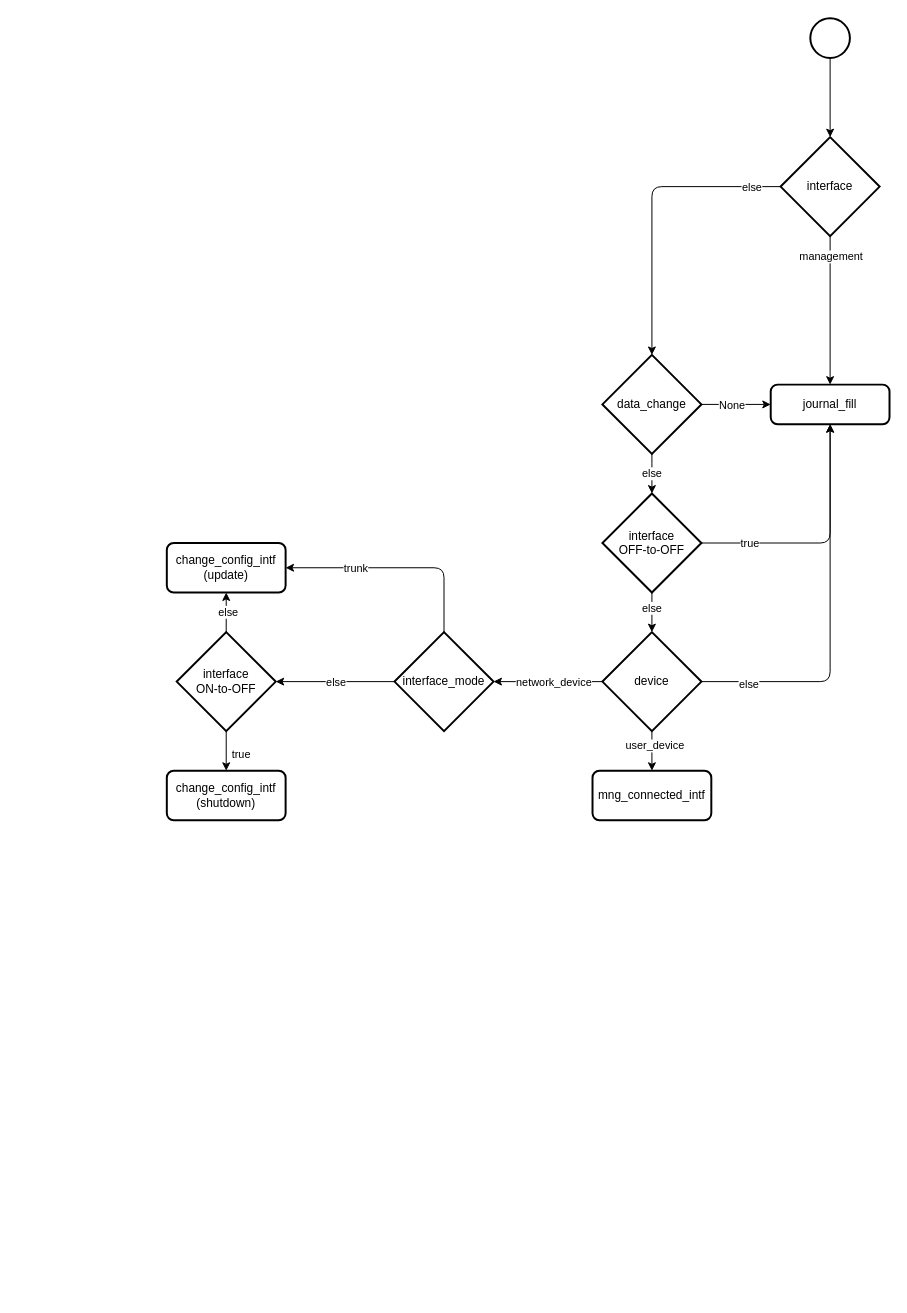
The draw.io diagram projet_fixed_ip_address/diag.drawio in KostyaTsarkov/kostya, before the edit. Source tidied: cells renumbered, new cells numbered last; positions are measured from the earlier drawing's top-left corner, leaving out a move shared by most shapes. Both pictures are drawn from the tidied source at 99%, with x=0, y=0 at pixel (166, 18).
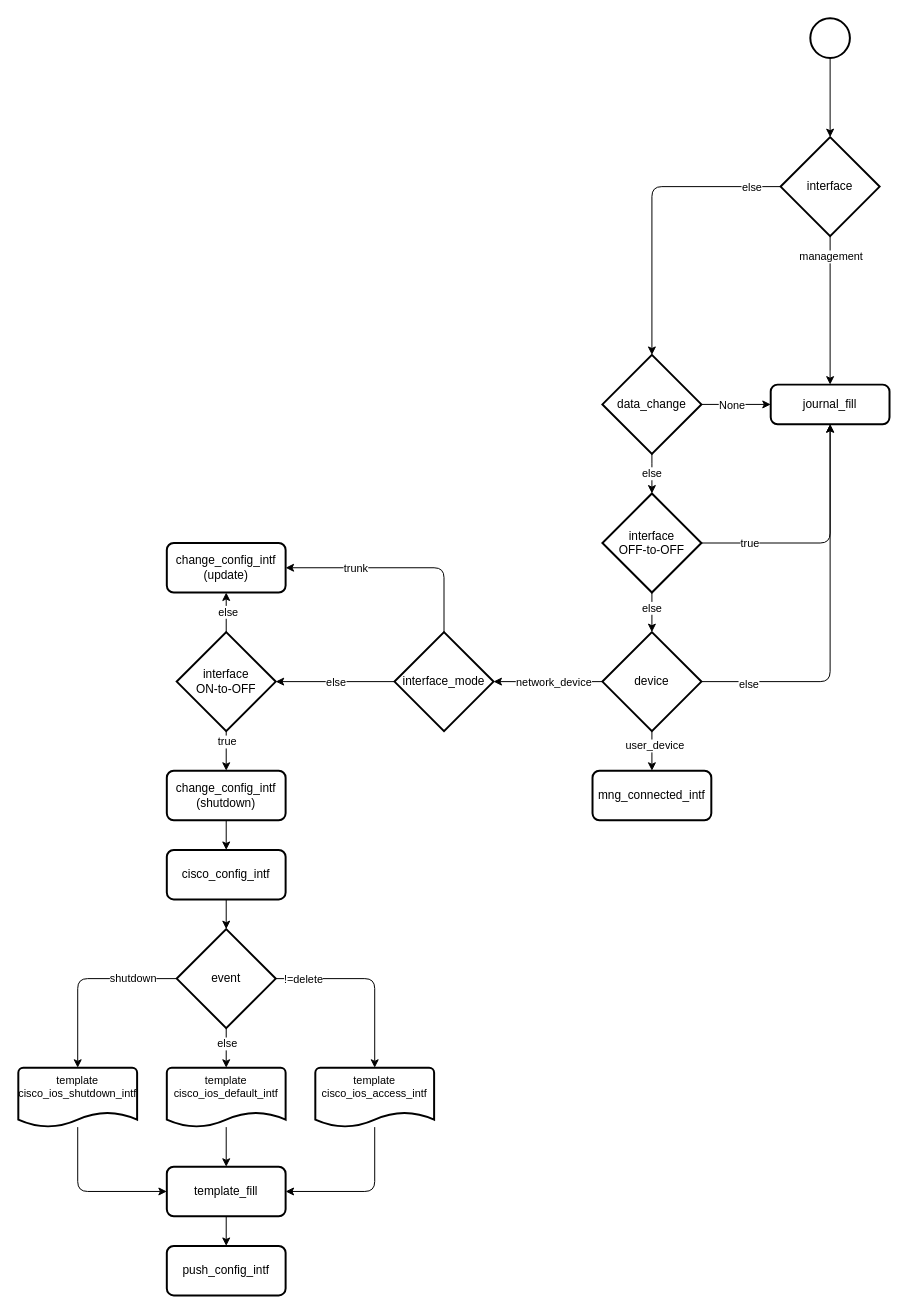
Above is the later version.

The change refers to these unchanged cells:
```xml
<mxCell id="13" style="edgeStyle=orthogonalEdgeStyle;html=1;" parent="1" edge="1" source="17" target="19">
  <mxGeometry relative="1" as="geometry" />
</mxCell>
<mxCell id="19" value="change_config_intf&lt;br&gt;(shutdown)" style="rounded=1;whiteSpace=wrap;html=1;absoluteArcSize=1;arcSize=14;strokeWidth=2;" parent="1" vertex="1">
  <mxGeometry y="760" width="120" height="50" as="geometry" />
</mxCell>
```

Change to the diagram source:
```diff
@@
     <mxCell id="14" value="true" style="edgeLabel;html=1;align=center;verticalAlign=middle;" parent="13" vertex="1">
       <mxGeometry x="0.24" y="2" relative="1" as="geometry">
-        <mxPoint x="12" y="-2" as="offset" />
+        <mxPoint x="-2" y="-15" as="offset" />
       </mxGeometry>
     </mxCell>
@@
+    <mxCell id="39" style="edgeStyle=none;html=1;" parent="1" edge="1" source="19" target="41">
+      <mxGeometry relative="1" as="geometry" />
+    </mxCell>
@@
+    <mxCell id="40" style="edgeStyle=orthogonalEdgeStyle;shape=connector;rounded=1;html=1;entryX=0.5;entryY=0;entryDx=0;entryDy=0;entryPerimeter=0;labelBackgroundColor=default;strokeColor=default;fontFamily=Helvetica;fontSize=11;fontColor=default;endArrow=classic;" parent="1" edge="1" source="41" target="49">
+      <mxGeometry relative="1" as="geometry" />
+    </mxCell>
+    <mxCell id="41" value="cisco_config_intf" style="rounded=1;whiteSpace=wrap;html=1;absoluteArcSize=1;arcSize=14;strokeWidth=2;" parent="1" vertex="1">
+      <mxGeometry y="840" width="120" height="50" as="geometry" />
+    </mxCell>
+    <mxCell id="42" value="push_config_intf" style="rounded=1;whiteSpace=wrap;html=1;absoluteArcSize=1;arcSize=14;strokeWidth=2;" parent="1" vertex="1">
+      <mxGeometry y="1240" width="120" height="50" as="geometry" />
+    </mxCell>
+    <mxCell id="43" style="edgeStyle=orthogonalEdgeStyle;shape=connector;rounded=1;html=1;labelBackgroundColor=default;strokeColor=default;fontFamily=Helvetica;fontSize=11;fontColor=default;endArrow=classic;" parent="1" edge="1" source="49" target="53">
+      <mxGeometry relative="1" as="geometry" />
+    </mxCell>
+    <mxCell id="44" value="shutdown" style="edgeLabel;html=1;align=center;verticalAlign=middle;fontSize=11;fontFamily=Helvetica;fontColor=default;" parent="43" vertex="1">
+      <mxGeometry x="-0.53" y="-1" relative="1" as="geometry" />
+    </mxCell>
+    <mxCell id="45" style="edgeStyle=orthogonalEdgeStyle;shape=connector;rounded=1;html=1;entryX=0.5;entryY=0;entryDx=0;entryDy=0;entryPerimeter=0;labelBackgroundColor=default;strokeColor=default;fontFamily=Helvetica;fontSize=11;fontColor=default;endArrow=classic;" parent="1" edge="1" source="49" target="57">
+      <mxGeometry relative="1" as="geometry" />
+    </mxCell>
+    <mxCell id="46" value="else" style="edgeLabel;html=1;align=center;verticalAlign=middle;fontSize=11;fontFamily=Helvetica;fontColor=default;" parent="45" vertex="1">
+      <mxGeometry x="-0.25" y="3" relative="1" as="geometry">
+        <mxPoint x="-3" as="offset" />
+      </mxGeometry>
+    </mxCell>
+    <mxCell id="47" style="edgeStyle=orthogonalEdgeStyle;shape=connector;rounded=1;html=1;labelBackgroundColor=default;strokeColor=default;fontFamily=Helvetica;fontSize=11;fontColor=default;endArrow=classic;" parent="1" edge="1" source="49" target="55">
+      <mxGeometry relative="1" as="geometry" />
+    </mxCell>
+    <mxCell id="48" value="!=delete" style="edgeLabel;html=1;align=center;verticalAlign=middle;fontSize=11;fontFamily=Helvetica;fontColor=default;" parent="47" vertex="1">
+      <mxGeometry x="-0.72" y="-1" relative="1" as="geometry">
+        <mxPoint y="-1" as="offset" />
+      </mxGeometry>
+    </mxCell>
+    <mxCell id="49" value="event" style="strokeWidth=2;html=1;shape=mxgraph.flowchart.decision;whiteSpace=wrap;fontFamily=Helvetica;fontSize=12;fontColor=default;align=center;strokeColor=default;fillColor=default;" parent="1" vertex="1">
+      <mxGeometry x="10" y="920" width="100" height="100" as="geometry" />
+    </mxCell>
+    <mxCell id="50" style="edgeStyle=orthogonalEdgeStyle;shape=connector;rounded=1;html=1;entryX=0.5;entryY=0;entryDx=0;entryDy=0;labelBackgroundColor=default;strokeColor=default;fontFamily=Helvetica;fontSize=11;fontColor=default;endArrow=classic;" parent="1" edge="1" source="51" target="42">
+      <mxGeometry relative="1" as="geometry" />
+    </mxCell>
+    <mxCell id="51" value="template_fill" style="rounded=1;whiteSpace=wrap;html=1;absoluteArcSize=1;arcSize=14;strokeWidth=2;" parent="1" vertex="1">
+      <mxGeometry y="1160" width="120" height="50" as="geometry" />
+    </mxCell>
+    <mxCell id="52" style="edgeStyle=orthogonalEdgeStyle;shape=connector;rounded=1;html=1;entryX=0;entryY=0.5;entryDx=0;entryDy=0;labelBackgroundColor=default;strokeColor=default;fontFamily=Helvetica;fontSize=11;fontColor=default;endArrow=classic;exitX=0.5;exitY=1;exitDx=0;exitDy=0;exitPerimeter=0;" parent="1" edge="1" source="53" target="51">
+      <mxGeometry relative="1" as="geometry" />
+    </mxCell>
+    <mxCell id="53" value="template&lt;br&gt;cisco_ios_shutdown_intf" style="strokeWidth=2;html=1;shape=mxgraph.flowchart.document2;whiteSpace=wrap;size=0.25;fontFamily=Helvetica;fontSize=11;fontColor=default;align=center;verticalAlign=top;" parent="1" vertex="1">
+      <mxGeometry x="-150" y="1060" width="120" height="60" as="geometry" />
+    </mxCell>
+    <mxCell id="54" style="edgeStyle=orthogonalEdgeStyle;shape=connector;rounded=1;html=1;entryX=1;entryY=0.5;entryDx=0;entryDy=0;labelBackgroundColor=default;strokeColor=default;fontFamily=Helvetica;fontSize=11;fontColor=default;endArrow=classic;exitX=0.5;exitY=1;exitDx=0;exitDy=0;exitPerimeter=0;" parent="1" edge="1" source="55" target="51">
+      <mxGeometry relative="1" as="geometry" />
+    </mxCell>
+    <mxCell id="55" value="template&lt;br&gt;cisco_ios_access_intf" style="strokeWidth=2;html=1;shape=mxgraph.flowchart.document2;whiteSpace=wrap;size=0.25;fontFamily=Helvetica;fontSize=11;fontColor=default;align=center;verticalAlign=top;" parent="1" vertex="1">
+      <mxGeometry x="150" y="1060" width="120" height="60" as="geometry" />
+    </mxCell>
+    <mxCell id="56" style="edgeStyle=orthogonalEdgeStyle;shape=connector;rounded=1;html=1;entryX=0.5;entryY=0;entryDx=0;entryDy=0;labelBackgroundColor=default;strokeColor=default;fontFamily=Helvetica;fontSize=11;fontColor=default;endArrow=classic;" parent="1" edge="1" source="57" target="51">
+      <mxGeometry relative="1" as="geometry" />
+    </mxCell>
+    <mxCell id="57" value="template&lt;br&gt;cisco_ios_default_intf" style="strokeWidth=2;html=1;shape=mxgraph.flowchart.document2;whiteSpace=wrap;size=0.25;fontFamily=Helvetica;fontSize=11;fontColor=default;align=center;verticalAlign=top;" parent="1" vertex="1">
+      <mxGeometry y="1060" width="120" height="60" as="geometry" />
+    </mxCell>
```
